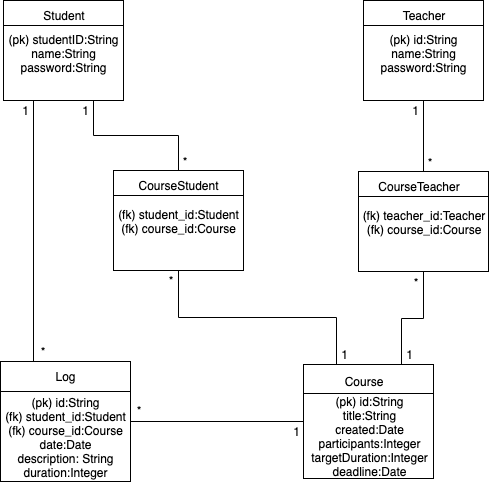
Before: timetracker.png, a diagram exported from draw.io (MikaelTornwall/timetracker). Source tidied: cells renumbered, new cells last; positions are measured from the earlier drawing's top-left corner, leaving out a move shared by most shapes.
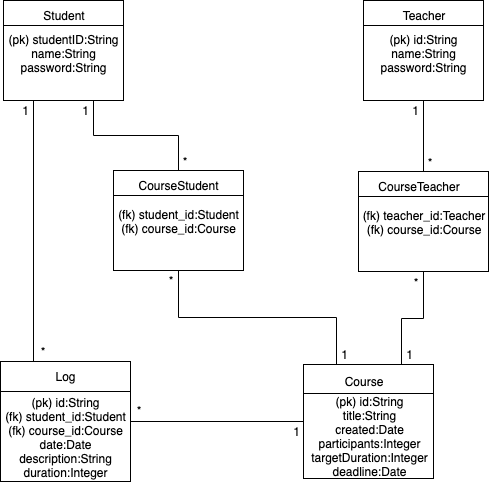
Later version of the same file.

Commit message:
update database chart

The edit, as a diff of the source:
```diff
@@ -59,7 +59,7 @@
     <mxCell id="20" value="Log" style="text;html=1;strokeColor=none;fillColor=none;align=center;verticalAlign=middle;whiteSpace=wrap;rounded=0;" parent="1" vertex="1">
       <mxGeometry y="361" width="130" height="30" as="geometry" />
     </mxCell>
-    <mxCell id="21" value="(pk)&amp;nbsp;id:String&lt;br&gt;(fk) student_id:Student&lt;br&gt;(fk) course_id:Course&lt;br&gt;date:Date&lt;br&gt;description: String&lt;br&gt;duration:Integer" style="text;html=1;strokeColor=none;fillColor=none;align=center;verticalAlign=middle;whiteSpace=wrap;rounded=0;spacing=2;spacingTop=0;fontSize=12;" parent="1" vertex="1">
+    <mxCell id="21" value="(pk)&amp;nbsp;id:String&lt;br&gt;(fk) student_id:Student&lt;br&gt;(fk) course_id:Course&lt;br&gt;date:Date&lt;br&gt;description:String&lt;br&gt;duration:Integer" style="text;html=1;strokeColor=none;fillColor=none;align=center;verticalAlign=middle;whiteSpace=wrap;rounded=0;spacing=2;spacingTop=0;fontSize=12;" parent="1" vertex="1">
       <mxGeometry y="391" width="130" height="90" as="geometry" />
     </mxCell>
     <mxCell id="22" value="1" style="text;html=1;strokeColor=none;fillColor=none;align=center;verticalAlign=middle;whiteSpace=wrap;rounded=0;fontSize=12;" parent="1" vertex="1">
```
